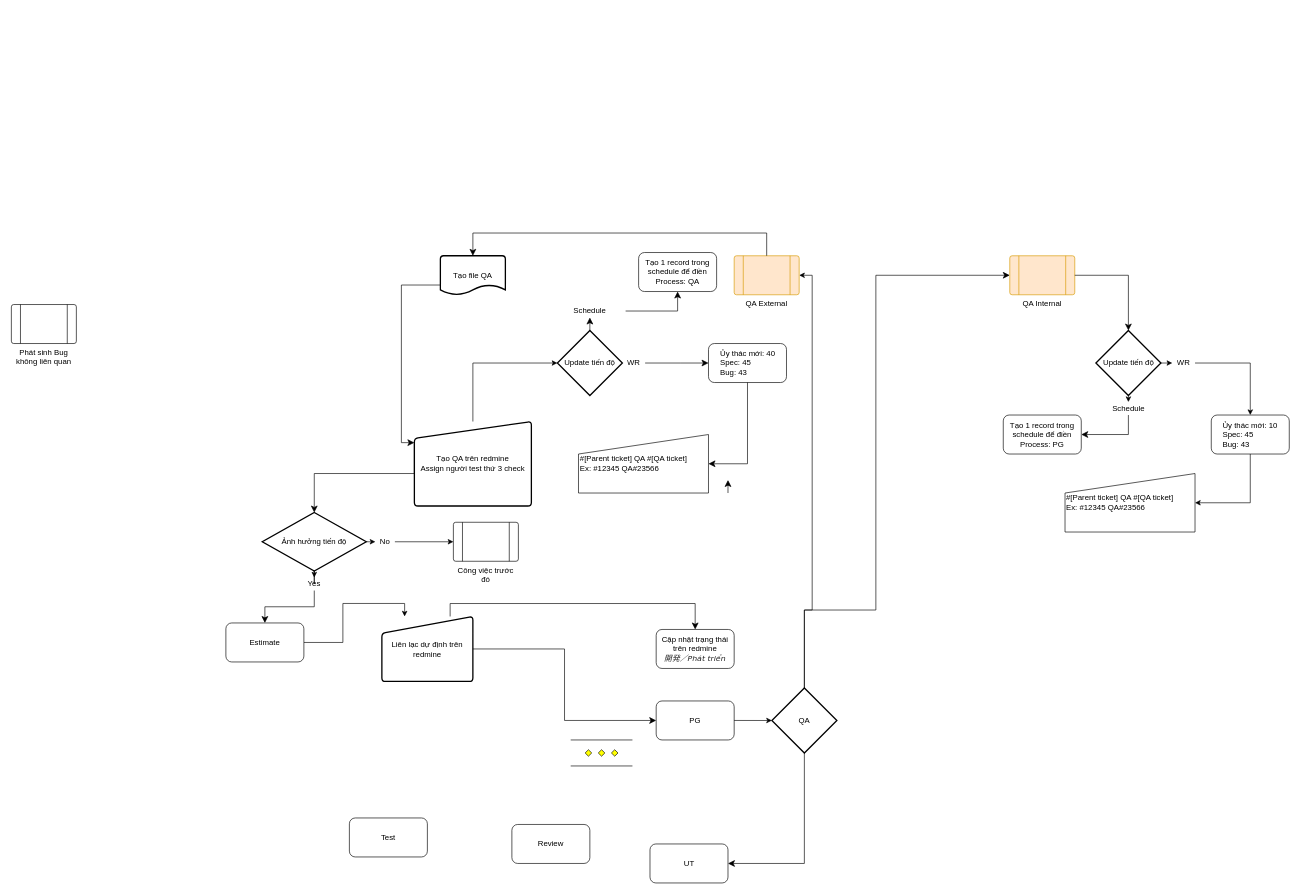
vebinhhoanggia/drawio keeps this draw.io diagram as Software_Development_Process.drawio. Above is the earlier version. Source tidied: cells renumbered, new cells numbered last; positions are measured from the earlier drawing's top-left corner, leaving out a move shared by most shapes. Both pictures are drawn from the tidied source at 65%, with x=0, y=0 at pixel (11, 233).
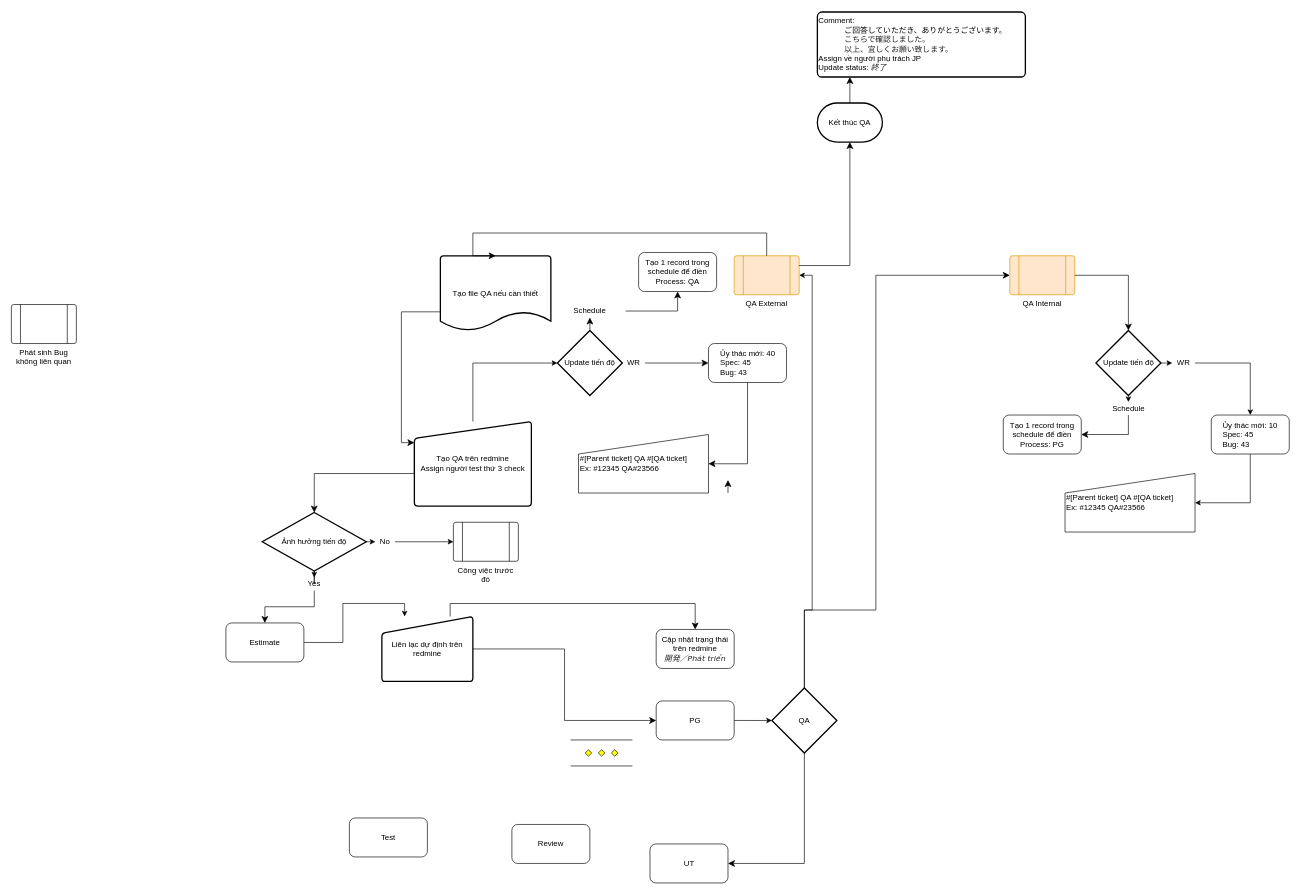
After the change.

Unchanged cells that the change refers to:
```xml
<mxCell id="33" value="QA External" style="verticalLabelPosition=bottom;verticalAlign=top;html=1;shape=process;whiteSpace=wrap;rounded=1;size=0.14;arcSize=6;fillColor=#ffe6cc;strokeColor=#d79b00;" parent="1" vertex="1">
  <mxGeometry x="1112" y="35" width="100" height="60" as="geometry" />
</mxCell>
```

Diff of the diagram source:
```diff
@@
-    <mxCell id="12" value="Tạo file QA" style="strokeWidth=2;html=1;shape=mxgraph.flowchart.document2;whiteSpace=wrap;size=0.25;" parent="1" vertex="1">
-      <mxGeometry x="660" y="35" width="100" height="60" as="geometry" />
+    <mxCell id="12" value="Tạo file QA nếu cần thiết" style="strokeWidth=2;html=1;shape=mxgraph.flowchart.document2;whiteSpace=wrap;size=0.25;" parent="1" vertex="1">
+      <mxGeometry x="660" y="35" width="170" height="115" as="geometry" />
     </mxCell>
@@
+    <mxCell id="59" value="Kết thúc QA" style="strokeWidth=2;html=1;shape=mxgraph.flowchart.terminator;whiteSpace=wrap;" parent="1" vertex="1">
+      <mxGeometry x="1240" y="-200" width="100" height="60" as="geometry" />
+    </mxCell>
+    <mxCell id="60" style="edgeStyle=segmentEdgeStyle;endArrow=classic;html=1;curved=0;rounded=0;endSize=8;startSize=8;exitX=1;exitY=0.25;exitDx=0;exitDy=0;entryX=0.5;entryY=1;entryDx=0;entryDy=0;entryPerimeter=0;" parent="1" edge="1" source="33" target="59">
+      <mxGeometry relative="1" as="geometry" />
+    </mxCell>
+    <mxCell id="61" value="Comment:&lt;br&gt;&lt;blockquote style=&quot;margin: 0 0 0 40px; border: none; padding: 0px;&quot;&gt;&lt;div style=&quot;text-align: justify;&quot;&gt;&lt;span style=&quot;background-color: initial;&quot;&gt;ご回答していただき、ありがとうございます。&lt;/span&gt;&lt;/div&gt;&lt;span style=&quot;color: rgb(34, 34, 34); font-family: Meiryo, &amp;quot;Hiragino Kaku Gothic Pro&amp;quot;, &amp;quot;MS PGothic&amp;quot;, Verdana, sans-serif; background-color: rgb(255, 255, 255);&quot;&gt;&lt;div style=&quot;text-align: justify;&quot;&gt;こちらで確認しました。&lt;/div&gt;&lt;/span&gt;&lt;span style=&quot;color: rgb(34, 34, 34); font-family: Meiryo, &amp;quot;Hiragino Kaku Gothic Pro&amp;quot;, &amp;quot;MS PGothic&amp;quot;, Verdana, sans-serif; background-color: rgb(255, 255, 255);&quot;&gt;&lt;div style=&quot;text-align: justify;&quot;&gt;以上、宜しくお願い致します。&lt;/div&gt;&lt;/span&gt;&lt;/blockquote&gt;Assign về người phụ trách JP&lt;br&gt;Update status:&amp;nbsp;&lt;i style=&quot;color: rgb(34, 34, 34); font-family: Meiryo, &amp;quot;Hiragino Kaku Gothic Pro&amp;quot;, &amp;quot;MS PGothic&amp;quot;, Verdana, sans-serif; background-color: rgb(255, 255, 255);&quot;&gt;終了&lt;/i&gt;" style="rounded=1;whiteSpace=wrap;html=1;absoluteArcSize=1;arcSize=14;strokeWidth=2;align=left;" parent="1" vertex="1">
+      <mxGeometry x="1240" y="-340" width="320" height="100" as="geometry" />
+    </mxCell>
+    <mxCell id="62" style="edgeStyle=segmentEdgeStyle;endArrow=classic;html=1;curved=0;rounded=0;endSize=8;startSize=8;" parent="1" edge="1" source="59">
+      <mxGeometry relative="1" as="geometry">
+        <mxPoint x="1290" y="-240" as="targetPoint" />
+      </mxGeometry>
+    </mxCell>
```
